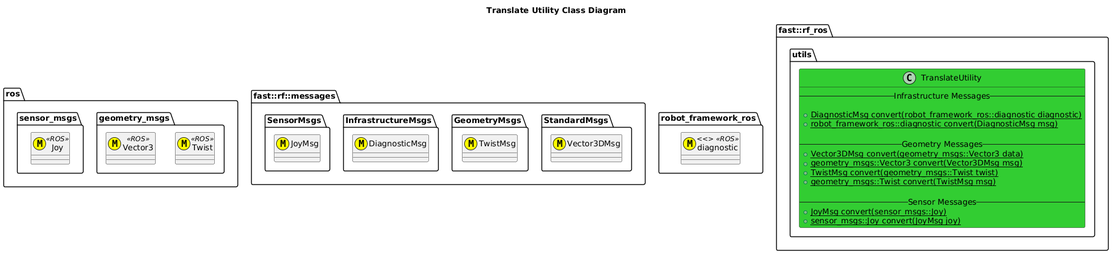
The PlantUML diagram include/robot_framework_ros/utils/doc/puml/TranslateUtilityClassDiagram.png in fastrobotics/robot_framework_ros, before a commit.
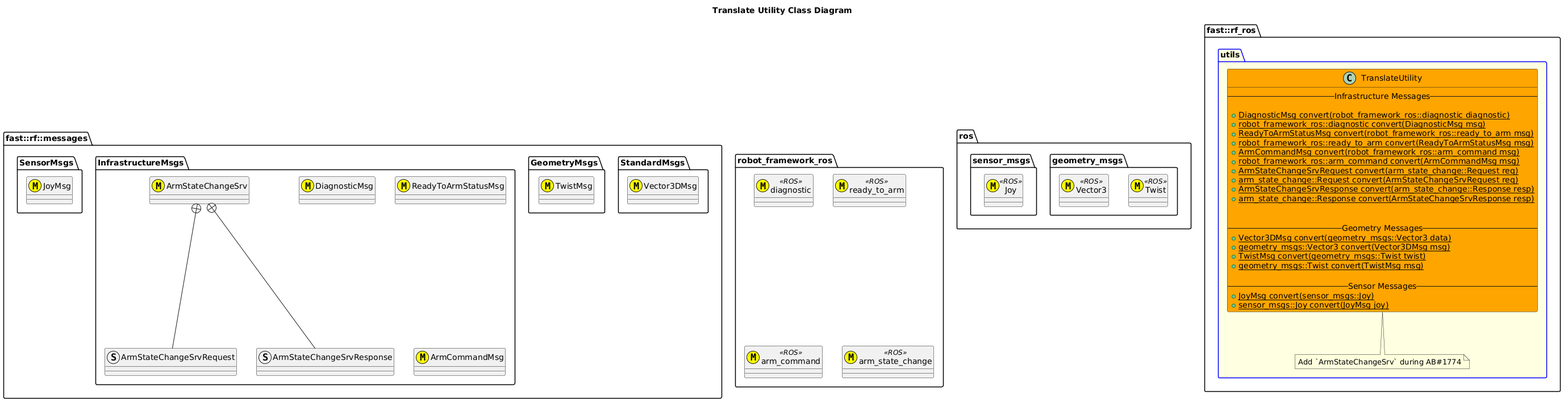
Later version of the same file.

The edit, as a diff of the source:
```diff
@@ -18,21 +18,41 @@
     }
     namespace InfrastructureMsgs {
         class DiagnosticMsg <<(M,#FFFF00)>>
+        class ArmStateChangeSrv <<(M,#FFFF00)>>
+        struct ArmStateChangeSrvRequest
+        ArmStateChangeSrv +-- ArmStateChangeSrvRequest
+        struct ArmStateChangeSrvResponse
+        ArmStateChangeSrv +-- ArmStateChangeSrvResponse
+        class ReadyToArmStatusMsg <<(M,#FFFF00)>>
+        class ArmCommandMsg <<(M,#FFFF00)>>
     }
     namespace SensorMsgs {
         class JoyMsg <<(M,#FFFF00)>>
     }
 }
 namespace robot_framework_ros {
-    class diagnostic <<(M,#FFFF00)> <<ROS>>
+    class diagnostic <<(M,#FFFF00)>> <<ROS>>
+    class ready_to_arm <<(M,#FFFF00)>> <<ROS>>
+    class arm_command <<(M,#FFFF00)>> <<ROS>>
+    class arm_state_change <<(M,#FFFF00)>> <<ROS>>
+
 }
 namespace fast::rf_ros {
-    namespace utils {
-        class TranslateUtility #LimeGreen {
+    package utils  #LightYellow;line:blue {
+        class TranslateUtility #Orange {
             -- Infrastructure Messages --
 
             +{static} DiagnosticMsg convert(robot_framework_ros::diagnostic diagnostic)
             +{static} robot_framework_ros::diagnostic convert(DiagnosticMsg msg)
+            +{static} ReadyToArmStatusMsg convert(robot_framework_ros::ready_to_arm msg)
+            +{static} robot_framework_ros::ready_to_arm convert(ReadyToArmStatusMsg msg)
+            +{static} ArmCommandMsg convert(robot_framework_ros::arm_command msg)
+            +{static} robot_framework_ros::arm_command convert(ArmCommandMsg msg)
+            +{static} ArmStateChangeSrvRequest convert(arm_state_change::Request req)
+            +{static} arm_state_change::Request convert(ArmStateChangeSrvRequest req)
+            +{static} ArmStateChangeSrvResponse convert(arm_state_change::Response resp)
+            +{static} arm_state_change::Response convert(ArmStateChangeSrvResponse resp)
+
 
             -- Geometry Messages --
             +{static} Vector3DMsg convert(geometry_msgs::Vector3 data)
@@ -44,6 +64,9 @@
             +{static} JoyMsg convert(sensor_msgs::Joy)
             +{static} sensor_msgs::Joy convert(JoyMsg joy)
         }
+        note bottom of TranslateUtility
+        Add `ArmStateChangeSrv` during AB#1774
+        end note
 
     }
 }
```
